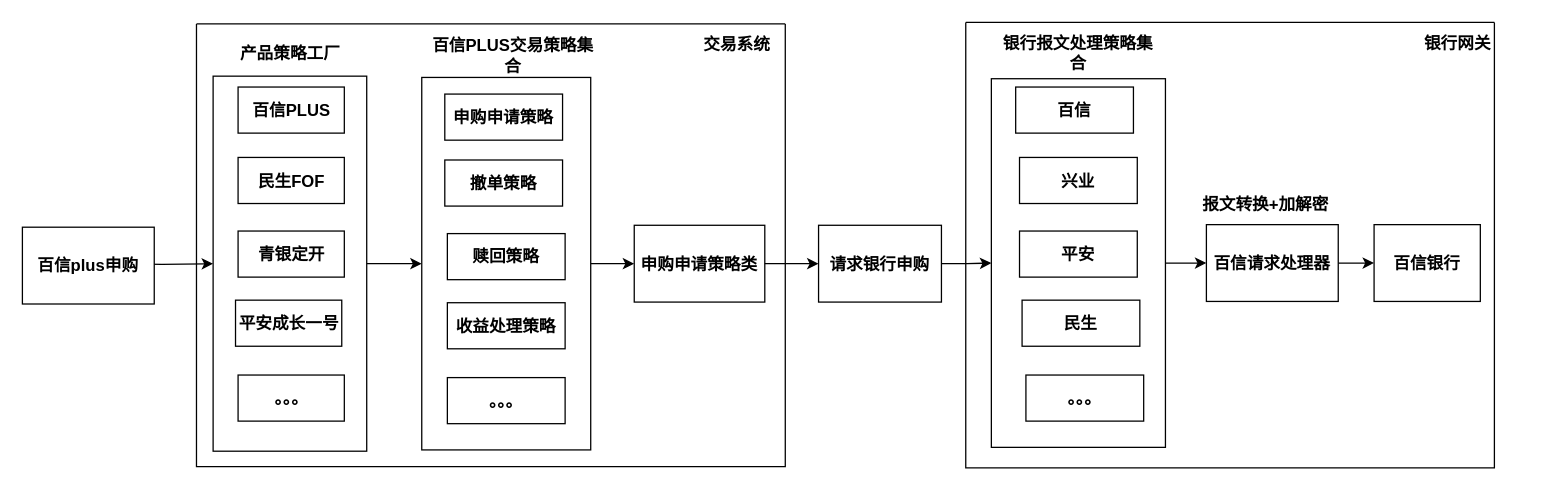
Before: Untitled Diagram.drawio in nsdifficult/DownloadWhilePlaying, a draw.io diagram. Source tidied: cells renumbered, new cells numbered last; positions are measured from the earlier drawing's top-left corner, leaving out a move shared by most shapes. Both pictures are drawn from the tidied source at 128%, with x=0, y=0 at pixel (22, 22).
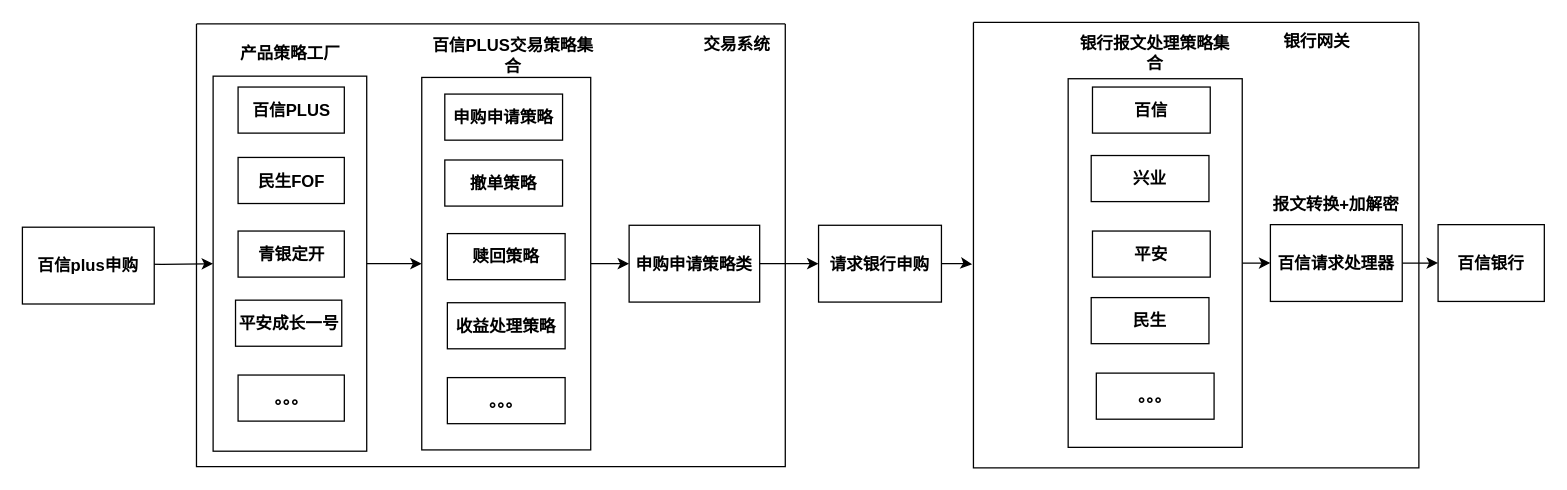
The same diagram, later.

Unchanged cells that the change refers to:
```xml
<mxCell id="23" value="请求银行申购" style="whiteSpace=wrap;html=1;rounded=0;fontStyle=1;fontSize=13;" parent="1" vertex="1">
  <mxGeometry x="622" y="158.5" width="96" height="60" as="geometry" />
</mxCell>
```

Change to the diagram source:
```diff
@@
     <mxCell id="8" value="申购申请策略类" style="whiteSpace=wrap;html=1;rounded=0;fontStyle=1;fontSize=13;" parent="1" vertex="1">
-      <mxGeometry x="478" y="158.5" width="102" height="60" as="geometry" />
+      <mxGeometry x="474" y="158.5" width="102" height="60" as="geometry" />
     </mxCell>
@@
-    <mxCell id="22" style="edgeStyle=orthogonalEdgeStyle;rounded=0;jettySize=auto;html=1;fontStyle=1;fontSize=13;" parent="1" edge="1" source="23" target="25">
+    <mxCell id="22" style="edgeStyle=orthogonalEdgeStyle;rounded=0;jettySize=auto;html=1;fontStyle=1;fontSize=13;entryX=-0.003;entryY=0.543;entryDx=0;entryDy=0;entryPerimeter=0;" parent="1" edge="1" source="23" target="37">
       <mxGeometry relative="1" as="geometry" />
     </mxCell>
@@
     <mxCell id="25" style="whiteSpace=wrap;html=1;rounded=0;fontStyle=1;fontSize=13;" parent="1" vertex="1">
-      <mxGeometry x="757" y="44" width="136" height="288" as="geometry" />
+      <mxGeometry x="817" y="44" width="136" height="288" as="geometry" />
     </mxCell>
     <mxCell id="26" value="百信" style="rounded=0;whiteSpace=wrap;html=1;fontStyle=1;fontSize=13;" parent="1" vertex="1">
-      <mxGeometry x="776" y="50.5" width="92" height="36" as="geometry" />
+      <mxGeometry x="836" y="50.5" width="92" height="36" as="geometry" />
     </mxCell>
-    <mxCell id="27" value="兴业" style="rounded=0;whiteSpace=wrap;html=1;fontStyle=1;fontSize=13;" parent="1" vertex="1">
-      <mxGeometry x="779" y="105.5" width="92" height="36" as="geometry" />
-    </mxCell>
     <mxCell id="28" value="平安" style="rounded=0;whiteSpace=wrap;html=1;fontStyle=1;fontSize=13;" parent="1" vertex="1">
-      <mxGeometry x="779" y="163" width="92" height="36" as="geometry" />
+      <mxGeometry x="836" y="163" width="92" height="36" as="geometry" />
     </mxCell>
-    <mxCell id="29" value="民生" style="rounded=0;whiteSpace=wrap;html=1;fontStyle=1;fontSize=13;" parent="1" vertex="1">
-      <mxGeometry x="781" y="217" width="92" height="36" as="geometry" />
-    </mxCell>
     <mxCell id="30" value="。。。" style="rounded=0;whiteSpace=wrap;html=1;fontStyle=1;fontSize=13;" parent="1" vertex="1">
-      <mxGeometry x="784" y="275.5" width="92" height="36" as="geometry" />
+      <mxGeometry x="839" y="274" width="92" height="36" as="geometry" />
     </mxCell>
     <mxCell id="31" value="银行报文处理策略集合" style="text;html=1;strokeColor=none;fillColor=none;align=center;verticalAlign=middle;whiteSpace=wrap;rounded=0;fontStyle=1;fontSize=13;" parent="1" vertex="1">
-      <mxGeometry x="760" y="14" width="130" height="20" as="geometry" />
+      <mxGeometry x="820" y="14" width="130" height="20" as="geometry" />
     </mxCell>
@@
     <mxCell id="33" value="百信请求处理器" style="whiteSpace=wrap;html=1;rounded=0;fontStyle=1;fontSize=13;" parent="1" vertex="1">
-      <mxGeometry x="925" y="158" width="103" height="60" as="geometry" />
+      <mxGeometry x="975" y="158" width="103" height="60" as="geometry" />
     </mxCell>
     <mxCell id="34" value="百信银行" style="whiteSpace=wrap;html=1;rounded=0;fontStyle=1;fontSize=13;" parent="1" vertex="1">
-      <mxGeometry x="1056" y="158" width="83" height="60" as="geometry" />
+      <mxGeometry x="1106" y="158" width="83" height="60" as="geometry" />
     </mxCell>
@@
     <mxCell id="37" style="swimlane;startSize=0;fontStyle=1;fontSize=13;" parent="1" vertex="1">
-      <mxGeometry x="737" width="413" height="348" as="geometry" />
+      <mxGeometry x="743" width="348" height="348" as="geometry" />
     </mxCell>
     <mxCell id="38" value="银行网关" style="text;html=1;strokeColor=none;fillColor=none;align=center;verticalAlign=middle;whiteSpace=wrap;rounded=0;fontStyle=1;fontSize=13;" parent="37" vertex="1">
-      <mxGeometry x="354" y="6" width="61" height="20" as="geometry" />
+      <mxGeometry x="238" y="5" width="61" height="20" as="geometry" />
     </mxCell>
     <mxCell id="39" value="报文转换+加解密" style="text;html=1;strokeColor=none;fillColor=none;align=center;verticalAlign=middle;whiteSpace=wrap;rounded=0;fontStyle=1;fontSize=13;" parent="37" vertex="1">
-      <mxGeometry x="170" y="132" width="129" height="20" as="geometry" />
+      <mxGeometry x="219" y="132" width="129" height="20" as="geometry" />
     </mxCell>
+    <mxCell id="27" value="兴业" style="rounded=0;whiteSpace=wrap;html=1;fontStyle=1;fontSize=13;" parent="37" vertex="1">
+      <mxGeometry x="92" y="104" width="92" height="36" as="geometry" />
+    </mxCell>
+    <mxCell id="29" value="民生" style="rounded=0;whiteSpace=wrap;html=1;fontStyle=1;fontSize=13;" parent="37" vertex="1">
+      <mxGeometry x="92" y="215" width="92" height="36" as="geometry" />
+    </mxCell>
```
